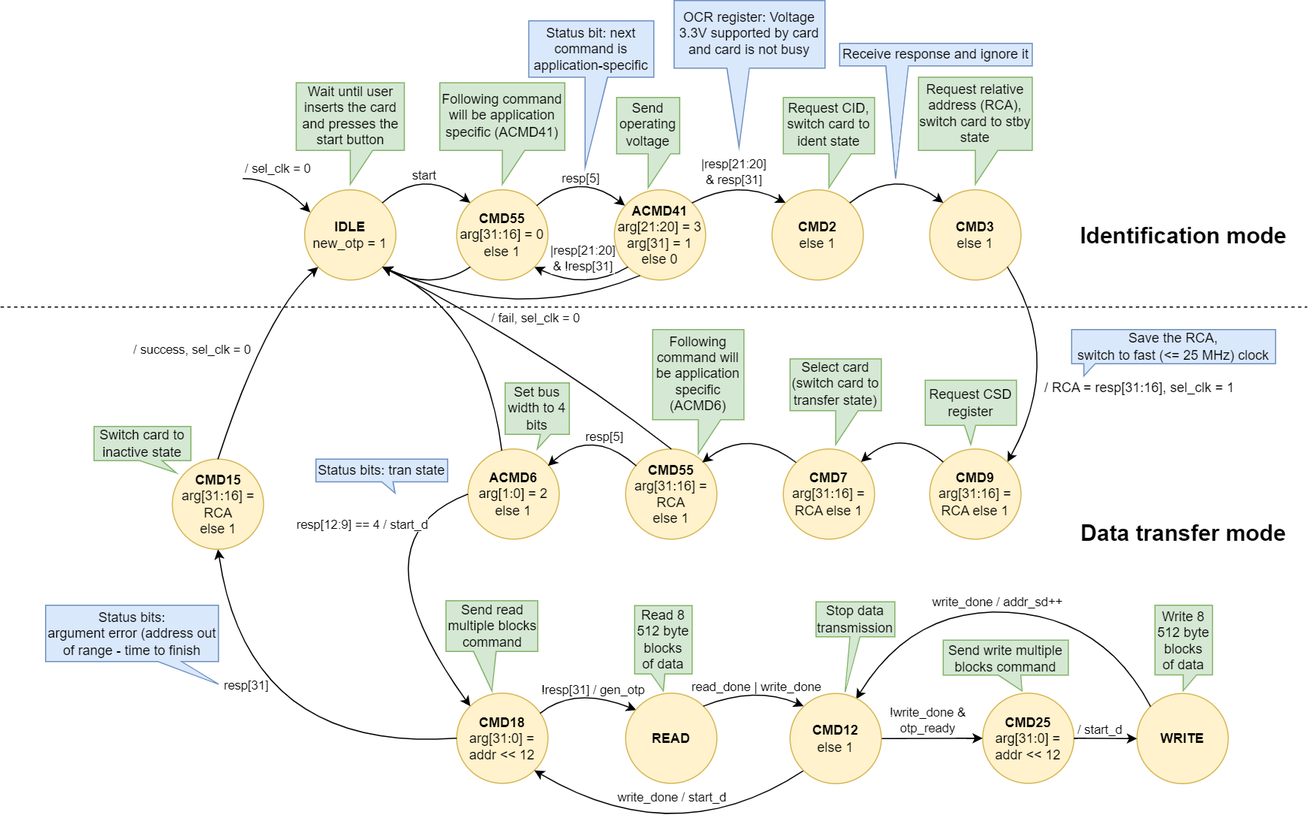
The draw.io diagram docs/SD/SD_fpga_states.png in sirazenkov/GhostSD, before a commit. Source tidied: cells renumbered, new cells last; positions are measured from the earlier drawing's top-left corner, leaving out a move shared by most shapes.
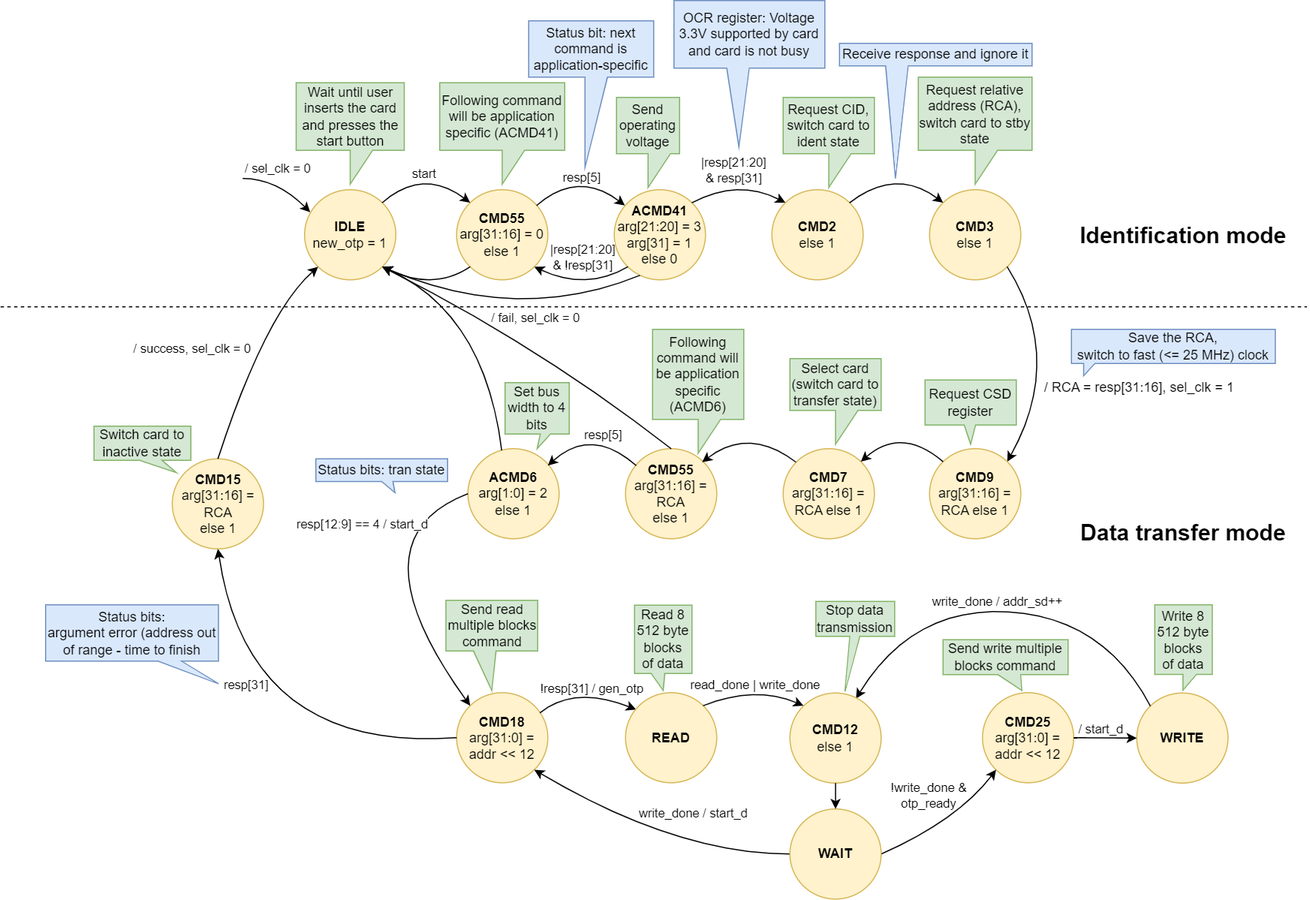
After the change.

Commit message:
Returned WAIT state on the SD FSM diagram but without stop_data input

What changed in the source:
```diff
@@ -156,7 +156,7 @@
         <mxPoint x="17" y="-8" as="offset" />
       </mxGeometry>
     </mxCell>
-    <mxCell id="31" style="curved=1;endArrow=classic;html=1;rounded=0;entryX=1;entryY=1;entryDx=0;entryDy=0;exitX=0;exitY=1;exitDx=0;exitDy=0;" parent="1" edge="1" source="80" target="25">
+    <mxCell id="31" style="curved=1;endArrow=classic;html=1;rounded=0;entryX=1;entryY=1;entryDx=0;entryDy=0;exitX=0;exitY=0.5;exitDx=0;exitDy=0;" parent="1" edge="1" source="81" target="25">
       <mxGeometry relative="1" as="geometry">
         <Array as="points">
           <mxPoint x="600" y="758" />
@@ -165,7 +165,7 @@
     </mxCell>
     <mxCell id="32" value="write_done / start_d" style="edgeLabel;html=1;align=center;verticalAlign=middle;" parent="31" vertex="1">
       <mxGeometry x="-0.22" y="13" relative="1" as="geometry">
-        <mxPoint x="-34" y="-48" as="offset" />
+        <mxPoint x="10" y="-50" as="offset" />
       </mxGeometry>
     </mxCell>
     <mxCell id="33" style="curved=1;endArrow=classic;html=1;rounded=0;exitX=0;exitY=0.5;exitDx=0;exitDy=0;entryX=0.5;entryY=1;entryDx=0;entryDy=0;" parent="1" edge="1" source="25" target="35">
@@ -339,12 +339,16 @@
     <mxCell id="73" value="Select card&lt;br&gt;(switch card to transfer state)" style="shape=callout;whiteSpace=wrap;html=1;perimeter=calloutPerimeter;fillColor=#d5e8d4;strokeColor=#82b366;" parent="1" vertex="1">
       <mxGeometry x="701" y="318" width="81" height="76" as="geometry" />
     </mxCell>
-    <mxCell id="74" style="curved=1;endArrow=none;html=1;rounded=0;exitX=0;exitY=0.5;exitDx=0;exitDy=0;entryX=1;entryY=0.5;entryDx=0;entryDy=0;startArrow=classic;startFill=1;endFill=0;" parent="1" edge="1" source="28" target="80">
-      <mxGeometry relative="1" as="geometry" />
+    <mxCell id="74" style="curved=1;endArrow=none;html=1;rounded=0;exitX=0;exitY=1;exitDx=0;exitDy=0;entryX=1;entryY=0.5;entryDx=0;entryDy=0;startArrow=classic;startFill=1;endFill=0;" parent="1" edge="1" source="28" target="81">
+      <mxGeometry relative="1" as="geometry">
+        <Array as="points">
+          <mxPoint x="850" y="728" />
+        </Array>
+      </mxGeometry>
     </mxCell>
     <mxCell id="75" value="!write_done&amp;nbsp;&amp;amp; &lt;br&gt;otp_ready" style="edgeLabel;html=1;align=center;verticalAlign=middle;labelBackgroundColor=none;" parent="74" vertex="1">
       <mxGeometry x="-0.33" y="2" relative="1" as="geometry">
-        <mxPoint x="-21" y="-19" as="offset" />
+        <mxPoint x="-36" y="-14" as="offset" />
       </mxGeometry>
     </mxCell>
     <mxCell id="76" style="curved=1;endArrow=classic;html=1;rounded=0;entryX=0.724;entryY=0.066;entryDx=0;entryDy=0;exitX=0;exitY=0;exitDx=0;exitDy=0;entryPerimeter=0;" parent="1" edge="1" source="64">
@@ -370,5 +374,11 @@
     <mxCell id="80" value="&lt;b&gt;CMD12&lt;/b&gt;&lt;br&gt;else 1" style="ellipse;whiteSpace=wrap;html=1;fillColor=#fff2cc;strokeColor=#d6b656;" parent="1" vertex="1">
       <mxGeometry x="701" y="615" width="81" height="80" as="geometry" />
     </mxCell>
+    <mxCell id="81" value="&lt;b&gt;WAIT&lt;/b&gt;" style="ellipse;whiteSpace=wrap;html=1;fillColor=#fff2cc;strokeColor=#d6b656;" parent="1" vertex="1">
+      <mxGeometry x="701" y="718" width="81" height="80" as="geometry" />
+    </mxCell>
+    <mxCell id="82" style="edgeStyle=orthogonalEdgeStyle;rounded=0;jettySize=auto;html=1;entryX=0.5;entryY=0;entryDx=0;entryDy=0;" parent="1" edge="1" source="80" target="81">
+      <mxGeometry relative="1" as="geometry" />
+    </mxCell>
   </root>
 </mxGraphModel>
```
